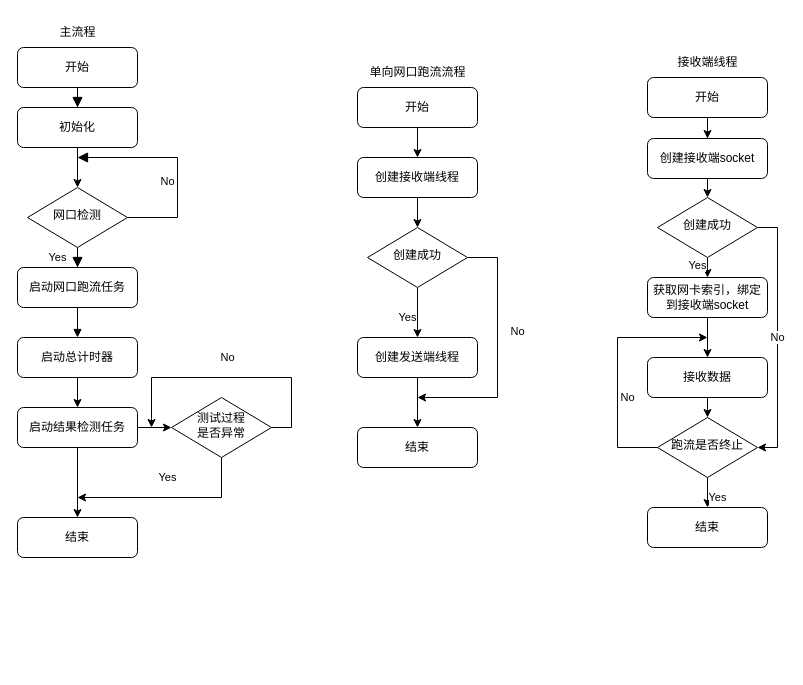
Before: a300.drawio in waterwatermelon/graph, a draw.io diagram. Source tidied: cells renumbered, new cells numbered last; positions are measured from the earlier drawing's top-left corner, leaving out a move shared by most shapes. Both pictures are drawn from the tidied source at 100%, with x=0, y=0 at pixel (17, 17).
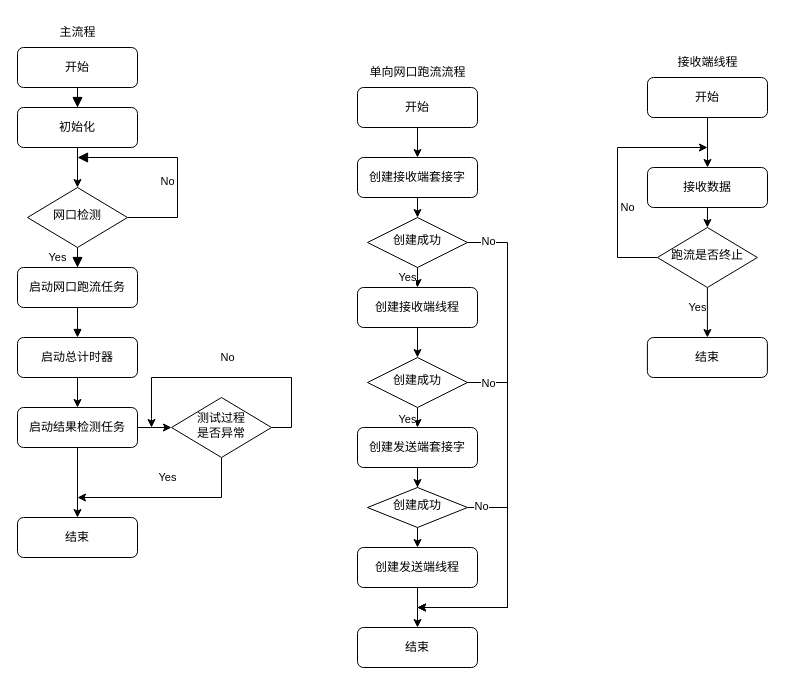
The same page after the edit.

The change refers to these unchanged cells:
```xml
<mxCell id="18" value="开始" style="rounded=1;whiteSpace=wrap;html=1;fontSize=12;glass=0;strokeWidth=1;shadow=0;" parent="1" vertex="1">
  <mxGeometry x="340" y="70" width="120" height="40" as="geometry" />
</mxCell>
<mxCell id="34" value="开始" style="rounded=1;whiteSpace=wrap;html=1;fontSize=12;glass=0;strokeWidth=1;shadow=0;" parent="1" vertex="1">
  <mxGeometry x="630" y="60" width="120" height="40" as="geometry" />
</mxCell>
```

The edit, as a diff of the source:
```diff
@@
-    <mxCell id="17" style="edgeStyle=orthogonalEdgeStyle;rounded=0;jettySize=auto;html=1;exitX=0.5;exitY=1;exitDx=0;exitDy=0;entryX=0.5;entryY=0;entryDx=0;entryDy=0;" parent="1" edge="1" source="18" target="22">
-      <mxGeometry relative="1" as="geometry" />
-    </mxCell>
+    <mxCell id="48" style="edgeStyle=orthogonalEdgeStyle;rounded=0;jettySize=auto;html=1;exitX=0.5;exitY=1;exitDx=0;exitDy=0;entryX=0.5;entryY=0;entryDx=0;entryDy=0;" parent="1" edge="1" source="18" target="53">
+      <mxGeometry relative="1" as="geometry" />
+    </mxCell>
@@
-    <mxCell id="19" style="edgeStyle=orthogonalEdgeStyle;rounded=0;jettySize=auto;html=1;" parent="1" edge="1" source="20" target="23">
-      <mxGeometry relative="1" as="geometry" />
-    </mxCell>
-    <mxCell id="20" value="创建发送端线程" style="rounded=1;whiteSpace=wrap;html=1;fontSize=12;glass=0;strokeWidth=1;shadow=0;" parent="1" vertex="1">
-      <mxGeometry x="340" y="320" width="120" height="40" as="geometry" />
+    <mxCell id="20" value="创建发送端套接字" style="rounded=1;whiteSpace=wrap;html=1;fontSize=12;glass=0;strokeWidth=1;shadow=0;" parent="1" vertex="1">
+      <mxGeometry x="340" y="410" width="120" height="40" as="geometry" />
     </mxCell>
-    <mxCell id="21" style="edgeStyle=orthogonalEdgeStyle;rounded=0;jettySize=auto;html=1;exitX=0.5;exitY=1;exitDx=0;exitDy=0;" parent="1" edge="1" source="22" target="26">
+    <mxCell id="21" style="edgeStyle=orthogonalEdgeStyle;rounded=0;jettySize=auto;html=1;exitX=0.5;exitY=1;exitDx=0;exitDy=0;entryX=0.5;entryY=0;entryDx=0;entryDy=0;" parent="1" edge="1" source="22" target="26">
       <mxGeometry relative="1" as="geometry" />
     </mxCell>
     <mxCell id="22" value="创建接收端线程" style="rounded=1;whiteSpace=wrap;html=1;fontSize=12;glass=0;strokeWidth=1;shadow=0;" parent="1" vertex="1">
-      <mxGeometry x="340" y="140" width="120" height="40" as="geometry" />
+      <mxGeometry x="340" y="270" width="120" height="40" as="geometry" />
     </mxCell>
     <mxCell id="23" value="结束" style="rounded=1;whiteSpace=wrap;html=1;fontSize=12;glass=0;strokeWidth=1;shadow=0;" parent="1" vertex="1">
-      <mxGeometry x="340" y="410" width="120" height="40" as="geometry" />
+      <mxGeometry x="340" y="610" width="120" height="40" as="geometry" />
     </mxCell>
-    <mxCell id="24" value="No" style="edgeStyle=orthogonalEdgeStyle;rounded=0;jettySize=auto;html=1;exitX=1;exitY=0.5;exitDx=0;exitDy=0;" parent="1" edge="1" source="26">
-      <mxGeometry x="-0.17" y="20" relative="1" as="geometry">
-        <mxPoint x="400" y="380" as="targetPoint" />
-        <Array as="points">
-          <mxPoint x="480" y="240" />
-          <mxPoint x="480" y="380" />
-        </Array>
-      </mxGeometry>
-    </mxCell>
@@
+    <mxCell id="49" style="edgeStyle=orthogonalEdgeStyle;rounded=0;jettySize=auto;html=1;exitX=1;exitY=0.5;exitDx=0;exitDy=0;" parent="1" edge="1" source="26">
+      <mxGeometry relative="1" as="geometry">
+        <mxPoint x="400" y="590" as="targetPoint" />
+        <Array as="points">
+          <mxPoint x="490" y="365" />
+          <mxPoint x="490" y="590" />
+          <mxPoint x="400" y="590" />
+        </Array>
+      </mxGeometry>
+    </mxCell>
+    <mxCell id="50" value="No" style="edgeLabel;html=1;align=center;verticalAlign=middle;" parent="49" vertex="1">
+      <mxGeometry x="-0.95" y="-1" relative="1" as="geometry">
+        <mxPoint x="11" y="-1" as="offset" />
+      </mxGeometry>
+    </mxCell>
     <mxCell id="26" value="创建成功" style="rhombus;whiteSpace=wrap;html=1;shadow=0;fontFamily=Helvetica;fontSize=12;align=center;strokeWidth=1;spacing=6;spacingTop=-4;" parent="1" vertex="1">
-      <mxGeometry x="350" y="210" width="100" height="60" as="geometry" />
+      <mxGeometry x="350" y="340" width="100" height="50" as="geometry" />
     </mxCell>
@@
-    <mxCell id="33" style="edgeStyle=orthogonalEdgeStyle;rounded=0;jettySize=auto;html=1;" parent="1" edge="1" source="34" target="35">
-      <mxGeometry relative="1" as="geometry" />
-    </mxCell>
+    <mxCell id="51" style="edgeStyle=orthogonalEdgeStyle;rounded=0;jettySize=auto;html=1;exitX=0.5;exitY=1;exitDx=0;exitDy=0;entryX=0.5;entryY=0;entryDx=0;entryDy=0;" parent="1" edge="1" source="34" target="41">
+      <mxGeometry relative="1" as="geometry" />
+    </mxCell>
@@
-    <mxCell id="35" value="创建接收端socket" style="rounded=1;whiteSpace=wrap;html=1;fontSize=12;glass=0;strokeWidth=1;shadow=0;" parent="1" vertex="1">
-      <mxGeometry x="630" y="121" width="120" height="40" as="geometry" />
-    </mxCell>
-    <mxCell id="36" value="Yes" style="edgeStyle=orthogonalEdgeStyle;rounded=0;jettySize=auto;html=1;exitX=0.5;exitY=1;exitDx=0;exitDy=0;entryX=0.5;entryY=0;entryDx=0;entryDy=0;" parent="1" edge="1" source="38" target="46">
+    <mxCell id="36" value="Yes" style="edgeStyle=orthogonalEdgeStyle;rounded=0;orthogonalLoop=1;jettySize=auto;html=1;exitX=0.5;exitY=1;exitDx=0;exitDy=0;entryX=0.5;entryY=0;entryDx=0;entryDy=0;" parent="1" edge="1">
       <mxGeometry x="-0.22" y="-10" relative="1" as="geometry">
+        <mxPoint x="690" y="260" as="targetPoint" />
         <Array as="points">
           <mxPoint x="690" y="250" />
         </Array>
       </mxGeometry>
     </mxCell>
-    <mxCell id="37" value="No" style="edgeStyle=orthogonalEdgeStyle;rounded=0;jettySize=auto;html=1;exitX=1;exitY=0.5;exitDx=0;exitDy=0;entryX=1;entryY=0.5;entryDx=0;entryDy=0;" parent="1" edge="1" source="38" target="44">
-      <mxGeometry relative="1" as="geometry">
-        <Array as="points">
-          <mxPoint x="760" y="210" />
-          <mxPoint x="760" y="430" />
-        </Array>
-      </mxGeometry>
-    </mxCell>
-    <mxCell id="38" value="创建成功" style="rhombus;whiteSpace=wrap;html=1;shadow=0;fontFamily=Helvetica;fontSize=12;align=center;strokeWidth=1;spacing=6;spacingTop=-4;" parent="1" vertex="1">
-      <mxGeometry x="640" y="180" width="100" height="60" as="geometry" />
-    </mxCell>
     <mxCell id="39" value="结束" style="rounded=1;whiteSpace=wrap;html=1;fontSize=12;glass=0;strokeWidth=1;shadow=0;" parent="1" vertex="1">
-      <mxGeometry x="630" y="490" width="120" height="40" as="geometry" />
+      <mxGeometry x="629.9" y="320" width="120" height="40" as="geometry" />
     </mxCell>
@@
     <mxCell id="41" value="接收数据" style="rounded=1;whiteSpace=wrap;html=1;fontSize=12;glass=0;strokeWidth=1;shadow=0;" parent="1" vertex="1">
-      <mxGeometry x="630" y="340" width="120" height="40" as="geometry" />
+      <mxGeometry x="630" y="150" width="120" height="40" as="geometry" />
     </mxCell>
@@
     <mxCell id="43" value="No" style="edgeStyle=orthogonalEdgeStyle;rounded=0;jettySize=auto;html=1;exitX=0;exitY=0.5;exitDx=0;exitDy=0;" parent="1" edge="1" source="44">
       <mxGeometry x="-0.25" y="-10" relative="1" as="geometry">
-        <mxPoint x="690" y="320" as="targetPoint" />
+        <mxPoint x="690" y="130" as="targetPoint" />
         <Array as="points">
-          <mxPoint x="600" y="430" />
-          <mxPoint x="600" y="320" />
+          <mxPoint x="600" y="240" />
+          <mxPoint x="600" y="130" />
         </Array>
       </mxGeometry>
     </mxCell>
     <mxCell id="44" value="跑流是否终止" style="rhombus;whiteSpace=wrap;html=1;shadow=0;fontFamily=Helvetica;fontSize=12;align=center;strokeWidth=1;spacing=6;spacingTop=-4;" parent="1" vertex="1">
-      <mxGeometry x="640" y="400" width="100" height="60" as="geometry" />
+      <mxGeometry x="639.9" y="210" width="100" height="60" as="geometry" />
     </mxCell>
-    <mxCell id="45" style="edgeStyle=orthogonalEdgeStyle;rounded=0;jettySize=auto;html=1;" parent="1" edge="1" source="46" target="41">
-      <mxGeometry relative="1" as="geometry" />
-    </mxCell>
-    <mxCell id="46" value="获取网卡索引，绑定到接收端socket" style="rounded=1;whiteSpace=wrap;html=1;fontSize=12;glass=0;strokeWidth=1;shadow=0;" parent="1" vertex="1">
-      <mxGeometry x="630" y="260" width="120" height="40" as="geometry" />
-    </mxCell>
-    <mxCell id="47" style="edgeStyle=orthogonalEdgeStyle;rounded=0;jettySize=auto;html=1;exitX=0.5;exitY=1;exitDx=0;exitDy=0;entryX=0.5;entryY=0;entryDx=0;entryDy=0;" parent="1" edge="1" source="35" target="38">
-      <mxGeometry relative="1" as="geometry" />
+    <mxCell id="47" style="edgeStyle=orthogonalEdgeStyle;rounded=0;orthogonalLoop=1;jettySize=auto;html=1;exitX=0.5;exitY=1;exitDx=0;exitDy=0;entryX=0.5;entryY=0;entryDx=0;entryDy=0;" parent="1" edge="1">
+      <mxGeometry relative="1" as="geometry">
+        <mxPoint x="690" y="161" as="sourcePoint" />
+      </mxGeometry>
     </mxCell>
+    <mxCell id="52" style="edgeStyle=orthogonalEdgeStyle;rounded=0;jettySize=auto;html=1;exitX=0.5;exitY=1;exitDx=0;exitDy=0;entryX=0.5;entryY=0;entryDx=0;entryDy=0;" parent="1" edge="1" source="53" target="57">
+      <mxGeometry relative="1" as="geometry" />
+    </mxCell>
+    <mxCell id="53" value="创建接收端套接字" style="rounded=1;whiteSpace=wrap;html=1;fontSize=12;glass=0;strokeWidth=1;shadow=0;" parent="1" vertex="1">
+      <mxGeometry x="340" y="140" width="120" height="40" as="geometry" />
+    </mxCell>
+    <mxCell id="54" value="Yes" style="edgeStyle=orthogonalEdgeStyle;rounded=0;jettySize=auto;html=1;entryX=0.5;entryY=0;entryDx=0;entryDy=0;exitX=0.5;exitY=1;exitDx=0;exitDy=0;" parent="1" edge="1" source="57" target="22">
+      <mxGeometry y="-10" relative="1" as="geometry" />
+    </mxCell>
+    <mxCell id="55" style="edgeStyle=orthogonalEdgeStyle;rounded=0;jettySize=auto;html=1;exitX=1;exitY=0.5;exitDx=0;exitDy=0;" parent="1" edge="1" source="57">
+      <mxGeometry relative="1" as="geometry">
+        <mxPoint x="400" y="590" as="targetPoint" />
+        <Array as="points">
+          <mxPoint x="490" y="225" />
+          <mxPoint x="490" y="590" />
+        </Array>
+      </mxGeometry>
+    </mxCell>
+    <mxCell id="56" value="No" style="edgeLabel;html=1;align=center;verticalAlign=middle;" parent="55" vertex="1">
+      <mxGeometry x="-0.92" y="2" relative="1" as="geometry" />
+    </mxCell>
+    <mxCell id="57" value="创建成功" style="rhombus;whiteSpace=wrap;html=1;shadow=0;fontFamily=Helvetica;fontSize=12;align=center;strokeWidth=1;spacing=6;spacingTop=-4;" parent="1" vertex="1">
+      <mxGeometry x="350" y="200" width="100" height="50" as="geometry" />
+    </mxCell>
+    <mxCell id="58" style="edgeStyle=orthogonalEdgeStyle;rounded=0;jettySize=auto;html=1;exitX=0.5;exitY=1;exitDx=0;exitDy=0;" parent="1" edge="1" source="59">
+      <mxGeometry relative="1" as="geometry">
+        <mxPoint x="400" y="610" as="targetPoint" />
+      </mxGeometry>
+    </mxCell>
+    <mxCell id="59" value="创建发送端线程" style="rounded=1;whiteSpace=wrap;html=1;fontSize=12;glass=0;strokeWidth=1;shadow=0;" parent="1" vertex="1">
+      <mxGeometry x="340" y="530" width="120" height="40" as="geometry" />
+    </mxCell>
+    <mxCell id="60" style="edgeStyle=orthogonalEdgeStyle;rounded=0;jettySize=auto;html=1;" parent="1" edge="1" source="20" target="64">
+      <mxGeometry relative="1" as="geometry" />
+    </mxCell>
+    <mxCell id="61" style="edgeStyle=orthogonalEdgeStyle;rounded=0;jettySize=auto;html=1;exitX=0.5;exitY=1;exitDx=0;exitDy=0;entryX=0.5;entryY=0;entryDx=0;entryDy=0;" parent="1" edge="1" source="64" target="59">
+      <mxGeometry relative="1" as="geometry" />
+    </mxCell>
+    <mxCell id="62" style="edgeStyle=orthogonalEdgeStyle;rounded=0;jettySize=auto;html=1;exitX=1;exitY=0.5;exitDx=0;exitDy=0;" parent="1" edge="1" source="64">
+      <mxGeometry relative="1" as="geometry">
+        <mxPoint x="400" y="590" as="targetPoint" />
+        <Array as="points">
+          <mxPoint x="490" y="490" />
+          <mxPoint x="490" y="590" />
+        </Array>
+      </mxGeometry>
+    </mxCell>
+    <mxCell id="63" value="No" style="edgeLabel;html=1;align=center;verticalAlign=middle;" parent="62" vertex="1">
+      <mxGeometry x="-0.89" y="2" relative="1" as="geometry" />
+    </mxCell>
+    <mxCell id="64" value="创建成功" style="rhombus;whiteSpace=wrap;html=1;shadow=0;fontFamily=Helvetica;fontSize=12;align=center;strokeWidth=1;spacing=6;spacingTop=-4;" parent="1" vertex="1">
+      <mxGeometry x="350" y="470" width="100" height="40" as="geometry" />
+    </mxCell>
```
